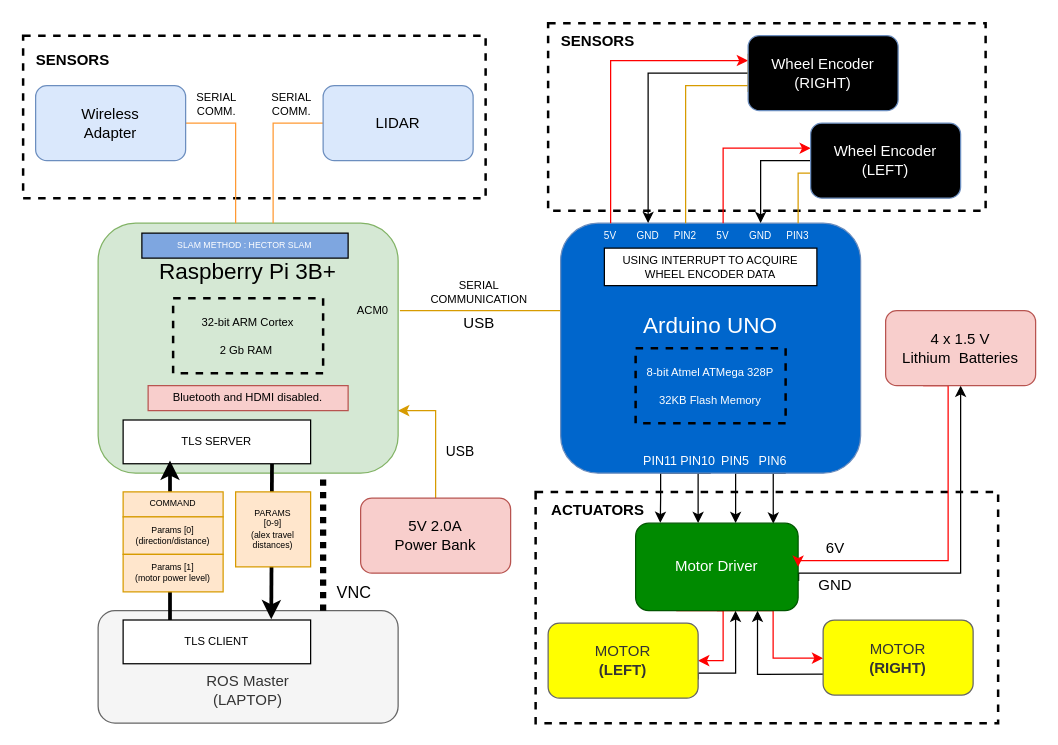
Above: alex_electronic_architecture.drawio in domaxi/alex142 (draw.io), before the change. Source tidied: cells renumbered, new cells numbered last; positions are measured from the earlier drawing's top-left corner, leaving out a move shared by most shapes. Both pictures are drawn from the tidied source at 125%, with x=0, y=0 at pixel (22, 22).
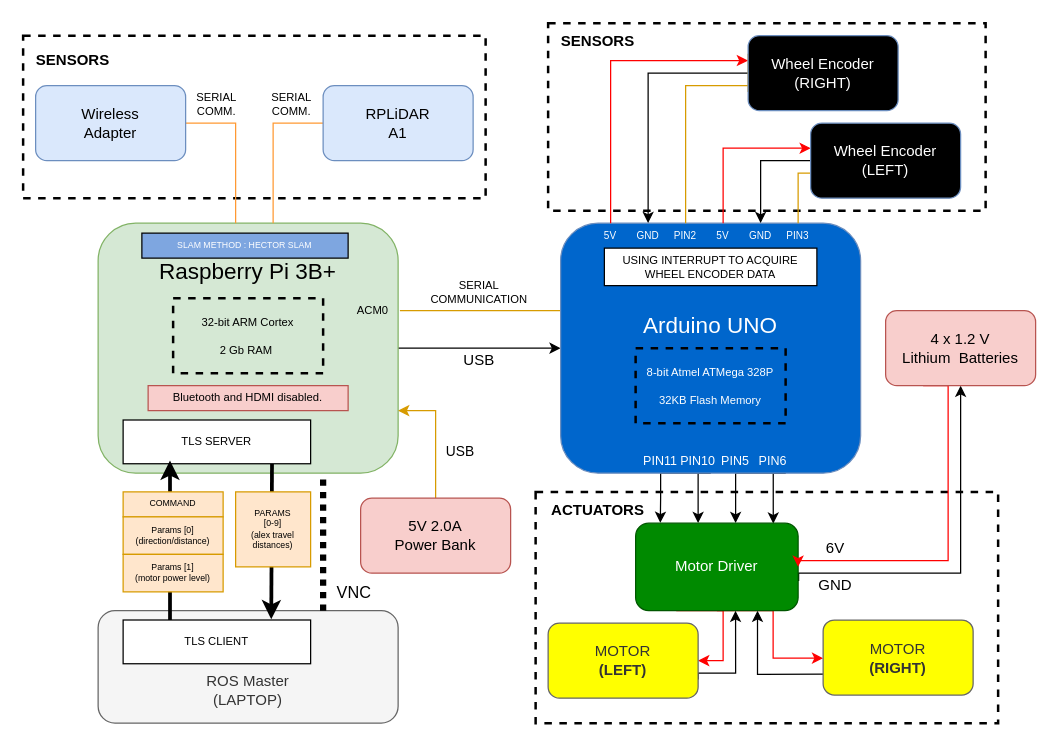
The same diagram, later.

The change refers to these unchanged cells:
```xml
<mxCell id="6" value="&lt;br&gt;Raspberry Pi 3B+" style="rounded=1;whiteSpace=wrap;html=1;fontSize=18;fillColor=#d5e8d4;strokeColor=#82b366;verticalAlign=top;" parent="1" vertex="1">
  <mxGeometry x="60" y="160" width="240" height="200" as="geometry" />
</mxCell>
<mxCell id="12" value="&lt;br&gt;&lt;br&gt;&lt;br&gt;Arduino UNO" style="rounded=1;whiteSpace=wrap;html=1;fontSize=18;fillColor=#0066CC;strokeColor=#6c8ebf;verticalAlign=top;fontColor=#FFFFFF;" parent="1" vertex="1">
  <mxGeometry x="430" y="160" width="240" height="200" as="geometry" />
</mxCell>
```

Change to the diagram source:
```diff
@@
+    <mxCell id="74" style="edgeStyle=orthogonalEdgeStyle;rounded=0;jettySize=auto;html=1;entryX=0;entryY=0.5;entryDx=0;entryDy=0;" parent="1" edge="1" source="6" target="12">
+      <mxGeometry relative="1" as="geometry" />
+    </mxCell>
@@
-    <mxCell id="22" value="LIDAR" style="rounded=1;whiteSpace=wrap;html=1;fillColor=#dae8fc;strokeColor=#6c8ebf;" parent="1" vertex="1">
+    <mxCell id="22" value="RPLiDAR&lt;br&gt;A1" style="rounded=1;whiteSpace=wrap;html=1;fillColor=#dae8fc;strokeColor=#6c8ebf;" parent="1" vertex="1">
       <mxGeometry x="240" y="50" width="120" height="60" as="geometry" />
     </mxCell>
@@
-    <mxCell id="45" value="&lt;font style=&quot;font-size: 12px&quot;&gt;4 x 1.5 V&lt;br&gt;Lithium &amp;nbsp;Batteries&lt;/font&gt;" style="rounded=1;whiteSpace=wrap;html=1;fontSize=8;fillColor=#f8cecc;strokeColor=#b85450;" parent="1" vertex="1">
+    <mxCell id="45" value="&lt;font style=&quot;font-size: 12px&quot;&gt;4 x 1.2 V&lt;br&gt;Lithium &amp;nbsp;Batteries&lt;/font&gt;" style="rounded=1;whiteSpace=wrap;html=1;fontSize=8;fillColor=#f8cecc;strokeColor=#b85450;" parent="1" vertex="1">
       <mxGeometry x="690" y="230" width="120" height="60" as="geometry" />
     </mxCell>
@@
     <mxCell id="70" value="&lt;font style=&quot;font-size: 12px&quot; color=&quot;#000000&quot;&gt;USB&lt;/font&gt;" style="text;html=1;strokeColor=none;fillColor=none;align=center;verticalAlign=middle;whiteSpace=wrap;rounded=0;labelBackgroundColor=none;fontSize=7;fontColor=#FFFFFF;" parent="1" vertex="1">
-      <mxGeometry x="345" y="230" width="40" height="20" as="geometry" />
+      <mxGeometry x="345" y="260" width="40" height="20" as="geometry" />
     </mxCell>
```
